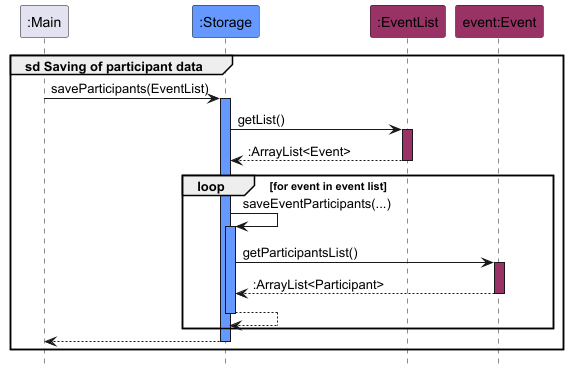
Earlier version of the PlantUML export docs/images/StorageParticipantSavingSequenceDiagram.png (nus-cs2113-AY2425S1/tp). The source it was exported from:
```plantuml
@startuml
!include style.puml
hide footbox

Participant ":Main" as main
Participant ":Storage" as storage STORAGE_COLOUR
Participant ":EventList" as eventList EVENT_COLOUR
Participant "event:Event" as event EVENT_COLOUR

group sd Saving of participant data
main -> storage : saveParticipants(EventList)
activate storage STORAGE_COLOUR
storage -> eventList : getList()
activate eventList EVENT_COLOUR
return :ArrayList<Event>

loop for event in event list

storage -> storage : saveEventParticipants(...)
activate storage STORAGE_COLOUR

storage -> event : getParticipantsList()
activate event EVENT_COLOUR
return :ArrayList<Participant>

return

end

return

end

@enduml
```
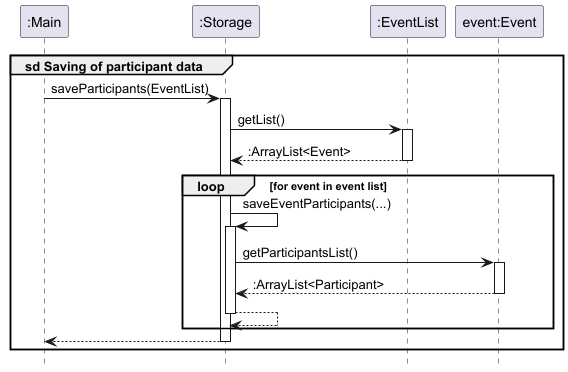
After the commit.

The edit, as a diff of the source:
```diff
@@ -3,24 +3,24 @@
 hide footbox
 
 Participant ":Main" as main
-Participant ":Storage" as storage STORAGE_COLOUR
-Participant ":EventList" as eventList EVENT_COLOUR
-Participant "event:Event" as event EVENT_COLOUR
+Participant ":Storage" as storage
+Participant ":EventList" as eventList
+Participant "event:Event" as event
 
 group sd Saving of participant data
 main -> storage : saveParticipants(EventList)
-activate storage STORAGE_COLOUR
+activate storage
 storage -> eventList : getList()
-activate eventList EVENT_COLOUR
+activate eventList
 return :ArrayList<Event>
 
 loop for event in event list
 
 storage -> storage : saveEventParticipants(...)
-activate storage STORAGE_COLOUR
+activate storage
 
 storage -> event : getParticipantsList()
-activate event EVENT_COLOUR
+activate event
 return :ArrayList<Participant>
 
 return
```
